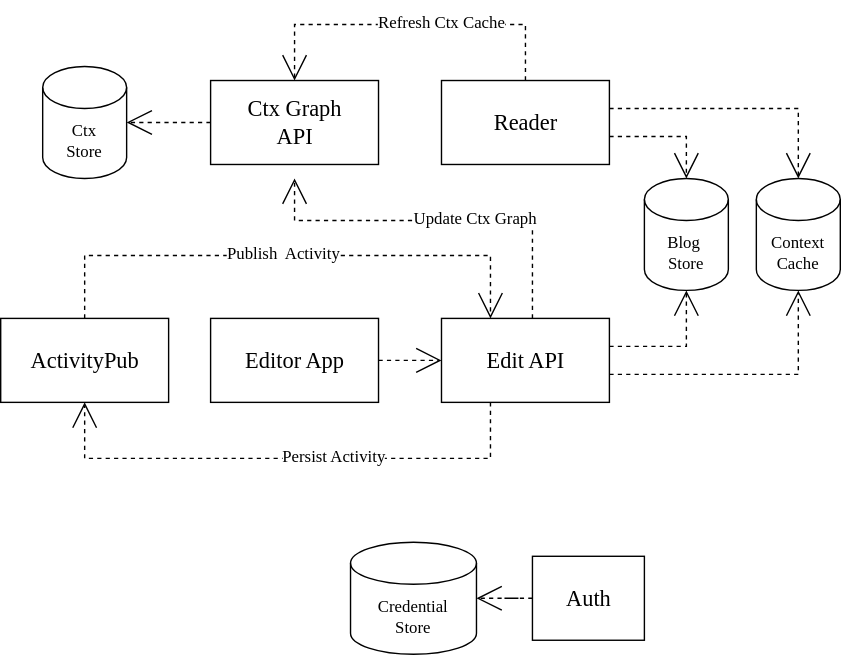
The draw.io diagram docs/components.drawio.svg in alter-kaker/pepper-docs, before a commit. Source tidied: cells renumbered, new cells last; positions are measured from the earlier drawing's top-left corner, leaving out a move shared by most shapes.
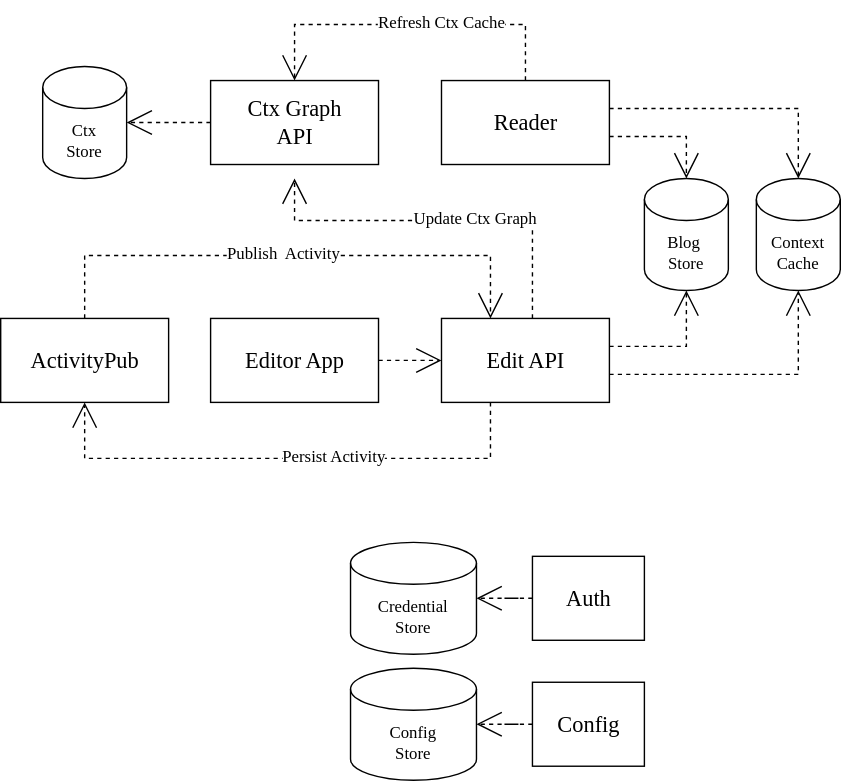
After the commit.

What changed in the source:
```diff
@@ -113,5 +113,14 @@
         </Array>
       </mxGeometry>
     </mxCell>
+    <mxCell id="27" value="Config" style="shape=object;align=center;spacingLeft=0;rounded=0;shadow=0;comic=0;labelBackgroundColor=none;strokeWidth=1;fontFamily=Verdana;fontSize=16;html=1;fontStyle=0;" parent="1" vertex="1">
+      <mxGeometry x="380" y="470" width="80" height="60" as="geometry" />
+    </mxCell>
+    <mxCell id="28" value="&lt;div&gt;Config&lt;/div&gt;&lt;div&gt;Store&lt;br&gt;&lt;/div&gt;" style="shape=cylinder3;whiteSpace=wrap;html=1;boundedLbl=1;backgroundOutline=1;size=15;fontFamily=Verdana;fontSize=12;fontColor=default;" parent="1" vertex="1">
+      <mxGeometry x="250" y="460" width="90" height="80" as="geometry" />
+    </mxCell>
+    <mxCell id="29" style="edgeStyle=orthogonalEdgeStyle;shape=connector;rounded=0;jettySize=auto;html=1;dashed=1;labelBackgroundColor=none;strokeColor=default;align=center;verticalAlign=middle;fontFamily=Verdana;fontSize=12;fontColor=default;startArrow=none;startFill=0;endArrow=open;endFill=0;startSize=8;endSize=16;" parent="1" edge="1" source="27" target="28">
+      <mxGeometry relative="1" as="geometry" />
+    </mxCell>
   </root>
 </mxGraphModel>
```
